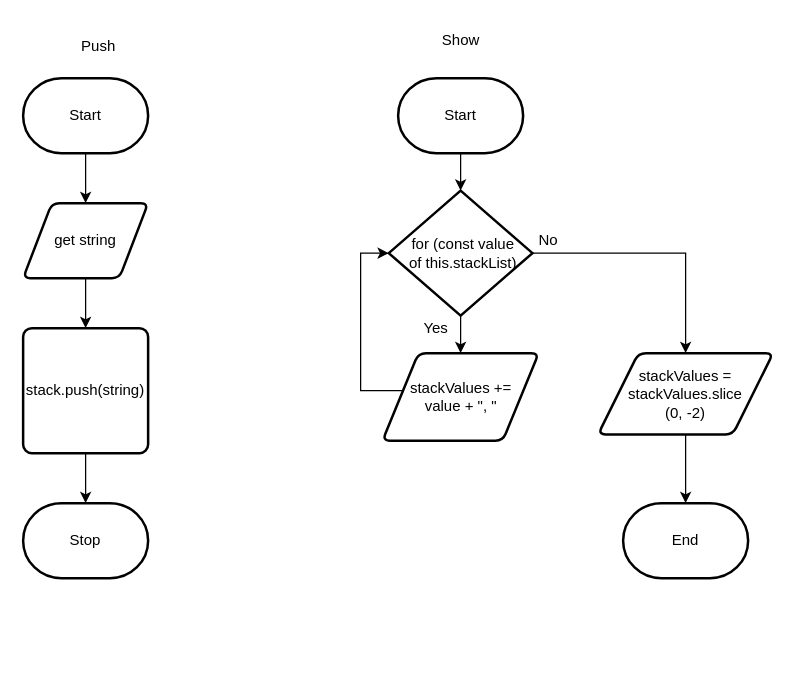
Earlier version of the draw.io diagram Unit2-01/design/flowchart.drawio (MTHS-ICS4U-1-2023/ICS4U-Unit2-Liu-Johanna). Source tidied: cells renumbered, new cells numbered last; positions are measured from the earlier drawing's top-left corner, leaving out a move shared by most shapes. Both pictures are drawn from the tidied source at 125%, with x=0, y=0 at pixel (22, 21).
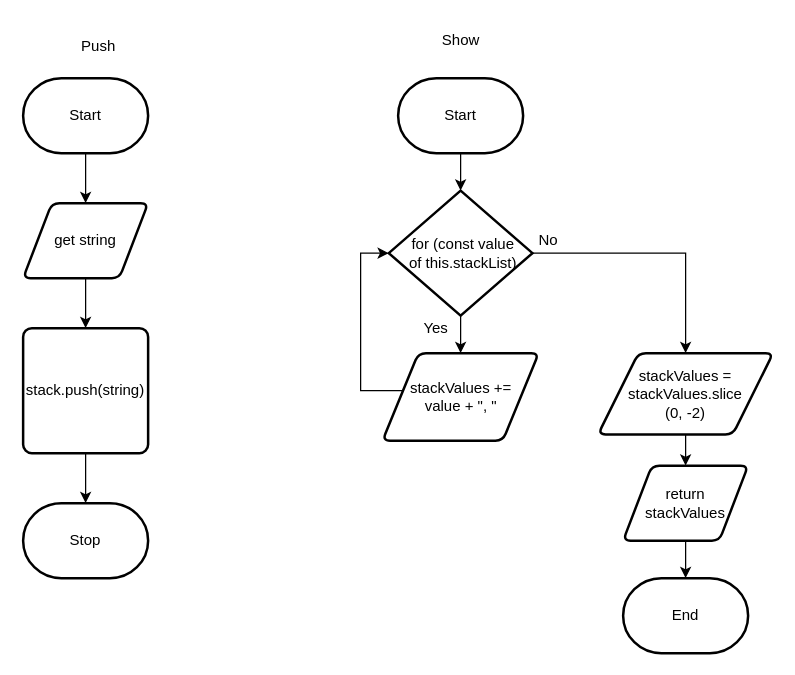
The same diagram, later.

Unchanged cells that the change refers to:
```xml
<mxCell id="20" value="stackValues = stackValues.slice&lt;br&gt;(0, -2)" style="shape=parallelogram;html=1;strokeWidth=2;perimeter=parallelogramPerimeter;whiteSpace=wrap;rounded=1;arcSize=12;size=0.23;" parent="1" vertex="1">
  <mxGeometry x="460" y="265" width="140" height="65" as="geometry" />
</mxCell>
```

Diff of the diagram source:
```diff
@@
     <mxCell id="10" value="End" style="strokeWidth=2;html=1;shape=mxgraph.flowchart.terminator;whiteSpace=wrap;" parent="1" vertex="1">
-      <mxGeometry x="480" y="385" width="100" height="60" as="geometry" />
+      <mxGeometry x="480" y="445" width="100" height="60" as="geometry" />
     </mxCell>
@@
-    <mxCell id="19" style="edgeStyle=none;html=1;entryX=0.5;entryY=0;entryDx=0;entryDy=0;entryPerimeter=0;" parent="1" edge="1" source="20" target="10">
-      <mxGeometry relative="1" as="geometry" />
-    </mxCell>
+    <mxCell id="23" style="edgeStyle=none;html=1;entryX=0.5;entryY=0;entryDx=0;entryDy=0;" parent="1" edge="1" source="20" target="25">
+      <mxGeometry relative="1" as="geometry" />
+    </mxCell>
@@
+    <mxCell id="24" style="edgeStyle=none;html=1;" parent="1" edge="1" source="25" target="10">
+      <mxGeometry relative="1" as="geometry" />
+    </mxCell>
+    <mxCell id="25" value="return stackValues" style="shape=parallelogram;html=1;strokeWidth=2;perimeter=parallelogramPerimeter;whiteSpace=wrap;rounded=1;arcSize=12;size=0.23;" parent="1" vertex="1">
+      <mxGeometry x="480" y="355" width="100" height="60" as="geometry" />
+    </mxCell>
```
